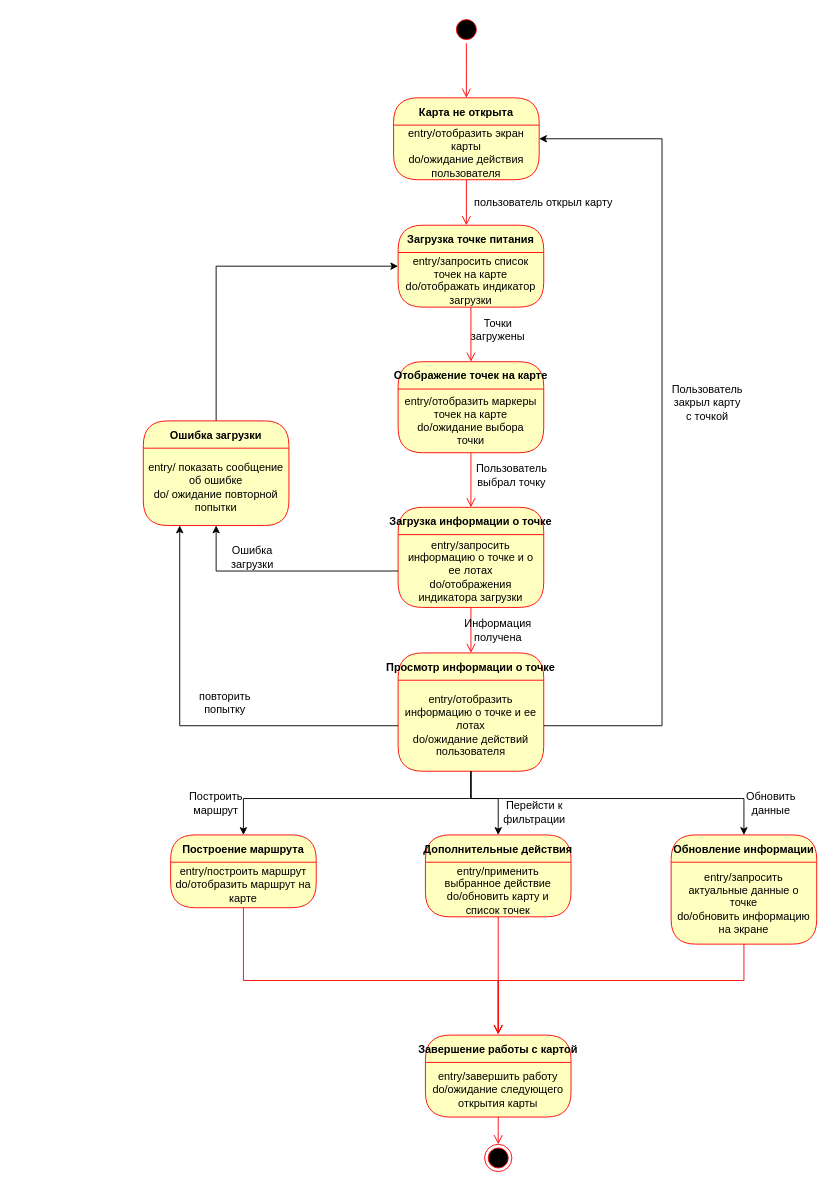
Before: Documents/UML/Модуль карт/Диаграмма состояния.drawio in bubus1kk/ReMeal, a draw.io diagram. Source tidied: cells renumbered, new cells numbered last; positions are measured from the earlier drawing's top-left corner, leaving out a move shared by most shapes. Both pictures are drawn from the tidied source at 91%, with x=0, y=0 at pixel (143, 15).
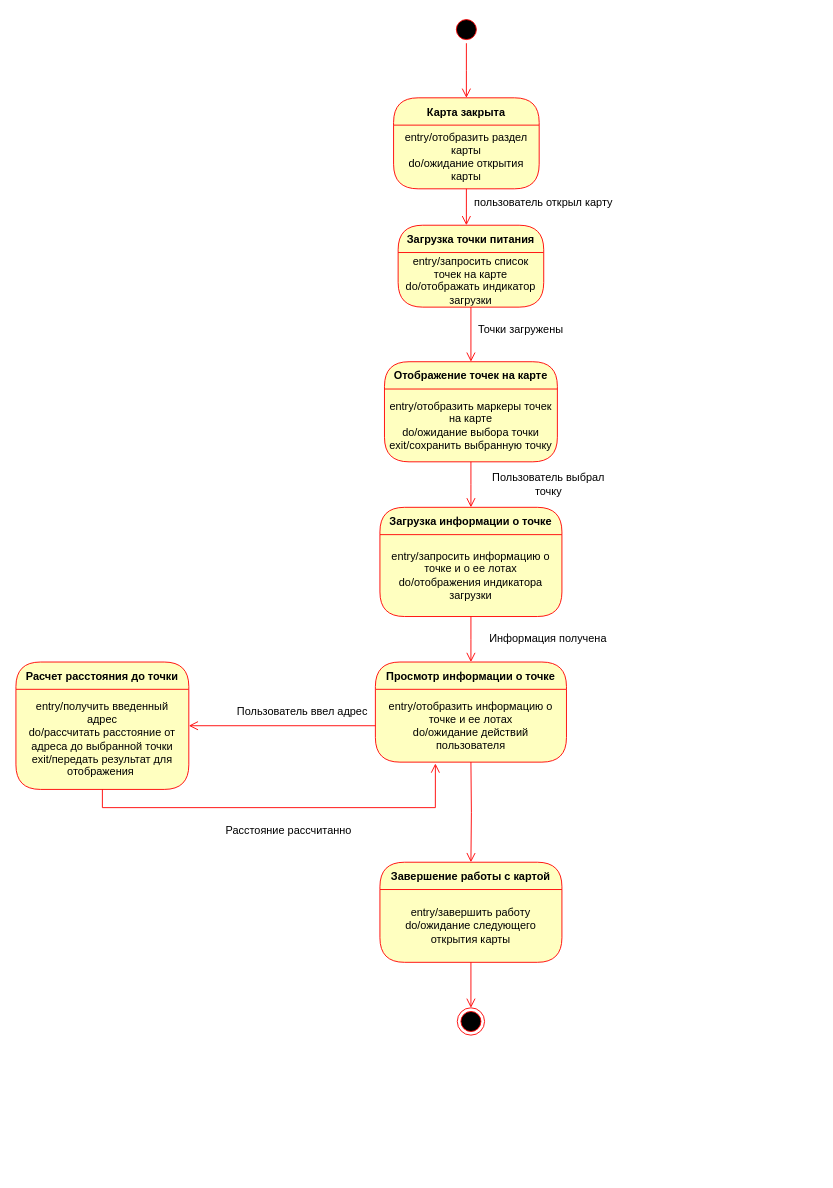
The same page after the edit.

The change refers to these unchanged cells:
```xml
<mxCell id="8" value="entry/запросить список точек на карте&lt;div&gt;do/отображать индикатор загрузки&lt;/div&gt;" style="text;html=1;strokeColor=none;fillColor=none;align=center;verticalAlign=middle;spacingLeft=4;spacingRight=4;whiteSpace=wrap;overflow=hidden;fontColor=#000000;" parent="7" vertex="1">
  <mxGeometry y="30" width="160" height="60" as="geometry" />
</mxCell>
```

What changed in the source:
```diff
@@
-    <mxCell id="4" value="Карта не открыта" style="swimlane;fontStyle=1;align=center;verticalAlign=middle;horizontal=1;startSize=30;fontColor=#000000;rounded=1;arcSize=30;strokeColor=#ff0000;fillColor=#ffffc0;swimlaneFillColor=#ffffc0;" parent="1" vertex="1">
-      <mxGeometry x="275" y="90" width="160" height="90" as="geometry" />
+    <mxCell id="4" value="Карта закрыта" style="swimlane;fontStyle=1;align=center;verticalAlign=middle;horizontal=1;startSize=30;fontColor=#000000;rounded=1;arcSize=30;strokeColor=#ff0000;fillColor=#ffffc0;swimlaneFillColor=#ffffc0;" parent="1" vertex="1">
+      <mxGeometry x="275" y="90" width="160" height="100" as="geometry" />
     </mxCell>
-    <mxCell id="5" value="entry/отобразить экран карты&lt;div&gt;do/ожидание действия пользователя&lt;/div&gt;" style="text;html=1;strokeColor=none;fillColor=none;align=center;verticalAlign=middle;spacingLeft=4;spacingRight=4;whiteSpace=wrap;overflow=hidden;fontColor=#000000;" parent="4" vertex="1">
-      <mxGeometry y="30" width="160" height="60" as="geometry" />
+    <mxCell id="5" value="entry/отобразить раздел карты&lt;div&gt;do/ожидание открытия карты&lt;/div&gt;" style="text;html=1;strokeColor=none;fillColor=none;align=center;verticalAlign=middle;spacingLeft=4;spacingRight=4;whiteSpace=wrap;overflow=hidden;fontColor=#000000;" parent="4" vertex="1">
+      <mxGeometry y="30" width="160" height="70" as="geometry" />
     </mxCell>
@@
-    <mxCell id="7" value="Загрузка точке питания" style="swimlane;fontStyle=1;align=center;verticalAlign=middle;horizontal=1;startSize=30;fontColor=#000000;rounded=1;arcSize=30;strokeColor=#ff0000;fillColor=#ffffc0;swimlaneFillColor=#ffffc0;" parent="1" vertex="1">
+    <mxCell id="7" value="Загрузка точки питания" style="swimlane;fontStyle=1;align=center;verticalAlign=middle;horizontal=1;startSize=30;fontColor=#000000;rounded=1;arcSize=30;strokeColor=#ff0000;fillColor=#ffffc0;swimlaneFillColor=#ffffc0;" parent="1" vertex="1">
       <mxGeometry x="280" y="230" width="160" height="90" as="geometry" />
     </mxCell>
@@
     <mxCell id="11" value="Отображение точек на карте" style="swimlane;fontStyle=1;align=center;verticalAlign=middle;horizontal=1;startSize=30;fontColor=#000000;rounded=1;arcSize=30;strokeColor=#ff0000;fillColor=#ffffc0;swimlaneFillColor=#ffffc0;" parent="1" vertex="1">
-      <mxGeometry x="280" y="380" width="160" height="100" as="geometry" />
+      <mxGeometry x="265" y="380" width="190" height="110" as="geometry" />
     </mxCell>
-    <mxCell id="12" value="entry/отобразить маркеры точек на карте&lt;div&gt;do/ожидание выбора точки&lt;/div&gt;" style="text;html=1;strokeColor=none;fillColor=none;align=center;verticalAlign=middle;spacingLeft=4;spacingRight=4;whiteSpace=wrap;overflow=hidden;fontColor=#000000;" parent="11" vertex="1">
-      <mxGeometry y="30" width="160" height="70" as="geometry" />
+    <mxCell id="12" value="entry/отобразить маркеры точек на карте&lt;div&gt;do/ожидание выбора точки&lt;/div&gt;&lt;div&gt;exit/сохранить выбранную точку&lt;/div&gt;" style="text;html=1;strokeColor=none;fillColor=none;align=center;verticalAlign=middle;spacingLeft=4;spacingRight=4;whiteSpace=wrap;overflow=hidden;fontColor=#000000;" parent="11" vertex="1">
+      <mxGeometry y="30" width="190" height="80" as="geometry" />
     </mxCell>
@@
     <mxCell id="14" value="Точки загружены" style="text;html=1;whiteSpace=wrap;strokeColor=none;fillColor=none;align=center;verticalAlign=middle;rounded=0;" parent="1" vertex="1">
-      <mxGeometry x="360" y="330" width="60" height="30" as="geometry" />
+      <mxGeometry x="360" y="330" width="110" height="30" as="geometry" />
     </mxCell>
     <mxCell id="15" value="Загрузка информации о точке" style="swimlane;fontStyle=1;align=center;verticalAlign=middle;horizontal=1;startSize=30;fontColor=#000000;rounded=1;arcSize=30;strokeColor=#ff0000;fillColor=#ffffc0;swimlaneFillColor=#ffffc0;" parent="1" vertex="1">
-      <mxGeometry x="280" y="540" width="160" height="110" as="geometry" />
+      <mxGeometry x="260" y="540" width="200" height="120" as="geometry" />
     </mxCell>
     <mxCell id="16" value="entry/запросить информацию о точке и о ее лотах&lt;div&gt;do/отображения индикатора загрузки&lt;/div&gt;" style="text;html=1;strokeColor=none;fillColor=none;align=center;verticalAlign=middle;spacingLeft=4;spacingRight=4;whiteSpace=wrap;overflow=hidden;fontColor=#000000;" parent="15" vertex="1">
-      <mxGeometry y="30" width="160" height="80" as="geometry" />
+      <mxGeometry y="30" width="200" height="90" as="geometry" />
     </mxCell>
     <mxCell id="17" style="edgeStyle=orthogonalEdgeStyle;html=1;verticalAlign=bottom;endArrow=open;endSize=8;strokeColor=#ff0000;rounded=0;" parent="1" edge="1" source="15">
       <mxGeometry relative="1" as="geometry">
-        <mxPoint x="360" y="700" as="targetPoint" />
+        <mxPoint x="360" y="710" as="targetPoint" />
       </mxGeometry>
     </mxCell>
     <mxCell id="18" value="Пользователь выбрал точку" style="text;html=1;whiteSpace=wrap;strokeColor=none;fillColor=none;align=center;verticalAlign=middle;rounded=0;" parent="1" vertex="1">
-      <mxGeometry x="375" y="490" width="60" height="30" as="geometry" />
+      <mxGeometry x="377.5" y="500" width="135" height="30" as="geometry" />
     </mxCell>
     <mxCell id="19" value="Информация получена" style="text;html=1;whiteSpace=wrap;strokeColor=none;fillColor=none;align=center;verticalAlign=middle;rounded=0;" parent="1" vertex="1">
-      <mxGeometry x="360" y="660" width="60" height="30" as="geometry" />
+      <mxGeometry x="370" y="670" width="150" height="30" as="geometry" />
     </mxCell>
     <mxCell id="20" value="Просмотр информации о точке" style="swimlane;fontStyle=1;align=center;verticalAlign=middle;horizontal=1;startSize=30;fontColor=#000000;rounded=1;arcSize=30;strokeColor=#ff0000;fillColor=#ffffc0;swimlaneFillColor=#ffffc0;" parent="1" vertex="1">
-      <mxGeometry x="280" y="700" width="160" height="130" as="geometry" />
+      <mxGeometry x="255" y="710" width="210" height="110" as="geometry" />
     </mxCell>
     <mxCell id="21" value="entry/отобразить информацию о точке и ее лотах&lt;div&gt;do/ожидание действий пользователя&lt;/div&gt;" style="text;html=1;strokeColor=none;fillColor=none;align=center;verticalAlign=middle;spacingLeft=4;spacingRight=4;whiteSpace=wrap;overflow=hidden;fontColor=#000000;" parent="20" vertex="1">
-      <mxGeometry y="30" width="160" height="100" as="geometry" />
+      <mxGeometry y="30" width="210" height="80" as="geometry" />
     </mxCell>
-    <mxCell id="22" style="edgeStyle=orthogonalEdgeStyle;rounded=0;jettySize=auto;html=1;entryX=0;entryY=0.25;entryDx=0;entryDy=0;" parent="1" edge="1" source="23" target="8">
-      <mxGeometry relative="1" as="geometry">
-        <Array as="points">
-          <mxPoint x="80" y="275" />
-        </Array>
-      </mxGeometry>
-    </mxCell>
-    <mxCell id="23" value="Ошибка загрузки" style="swimlane;fontStyle=1;align=center;verticalAlign=middle;horizontal=1;startSize=30;fontColor=#000000;rounded=1;arcSize=30;strokeColor=#ff0000;fillColor=#ffffc0;swimlaneFillColor=#ffffc0;" parent="1" vertex="1">
-      <mxGeometry y="445" width="160" height="115" as="geometry" />
-    </mxCell>
-    <mxCell id="24" value="entry/ показать сообщение об ошибке&lt;div&gt;do/ ожидание повторной попытки&lt;/div&gt;" style="text;html=1;strokeColor=none;fillColor=none;align=center;verticalAlign=middle;spacingLeft=4;spacingRight=4;whiteSpace=wrap;overflow=hidden;fontColor=#000000;" parent="23" vertex="1">
-      <mxGeometry y="30" width="160" height="85" as="geometry" />
-    </mxCell>
-    <mxCell id="25" style="edgeStyle=orthogonalEdgeStyle;rounded=0;jettySize=auto;html=1;entryX=0.5;entryY=1;entryDx=0;entryDy=0;" parent="1" edge="1" source="16" target="24">
-      <mxGeometry relative="1" as="geometry" />
-    </mxCell>
-    <mxCell id="26" value="Ошибка загрузки" style="text;html=1;whiteSpace=wrap;strokeColor=none;fillColor=none;align=center;verticalAlign=middle;rounded=0;" parent="1" vertex="1">
-      <mxGeometry x="90" y="580" width="60" height="30" as="geometry" />
-    </mxCell>
-    <mxCell id="27" style="edgeStyle=orthogonalEdgeStyle;rounded=0;jettySize=auto;html=1;entryX=0.25;entryY=1;entryDx=0;entryDy=0;" parent="1" edge="1" source="21" target="24">
-      <mxGeometry relative="1" as="geometry" />
-    </mxCell>
-    <mxCell id="28" value="повторить попытку" style="text;html=1;whiteSpace=wrap;strokeColor=none;fillColor=none;align=center;verticalAlign=middle;rounded=0;" parent="1" vertex="1">
-      <mxGeometry x="60" y="740" width="60" height="30" as="geometry" />
-    </mxCell>
-    <mxCell id="29" style="edgeStyle=orthogonalEdgeStyle;rounded=0;jettySize=auto;html=1;entryX=1;entryY=0.25;entryDx=0;entryDy=0;" parent="1" edge="1" source="21" target="5">
-      <mxGeometry relative="1" as="geometry">
-        <Array as="points">
-          <mxPoint x="570" y="780" />
-          <mxPoint x="570" y="135" />
-        </Array>
-      </mxGeometry>
-    </mxCell>
-    <mxCell id="30" value="Пользователь закрыл карту с точкой" style="text;html=1;whiteSpace=wrap;strokeColor=none;fillColor=none;align=center;verticalAlign=middle;rounded=0;" parent="1" vertex="1">
-      <mxGeometry x="590" y="410" width="60" height="30" as="geometry" />
-    </mxCell>
-    <mxCell id="31" value="Построение маршрута" style="swimlane;fontStyle=1;align=center;verticalAlign=middle;horizontal=1;startSize=30;fontColor=#000000;rounded=1;arcSize=30;strokeColor=#ff0000;fillColor=#ffffc0;swimlaneFillColor=#ffffc0;" parent="1" vertex="1">
-      <mxGeometry x="30" y="900" width="160" height="80" as="geometry" />
+    <mxCell id="31" value="Расчет расстояния до точки" style="swimlane;fontStyle=1;align=center;verticalAlign=middle;horizontal=1;startSize=30;fontColor=#000000;rounded=1;arcSize=30;strokeColor=#ff0000;fillColor=#ffffc0;swimlaneFillColor=#ffffc0;" parent="1" vertex="1">
+      <mxGeometry x="-140" y="710" width="190" height="140" as="geometry" />
     </mxCell>
-    <mxCell id="32" value="entry/построить маршрут&lt;div&gt;do/отобразить маршрут на карте&lt;/div&gt;" style="text;html=1;strokeColor=none;fillColor=none;align=center;verticalAlign=middle;spacingLeft=4;spacingRight=4;whiteSpace=wrap;overflow=hidden;fontColor=#000000;" parent="31" vertex="1">
-      <mxGeometry y="30" width="160" height="50" as="geometry" />
+    <mxCell id="32" value="entry/получить введенный адрес&lt;div&gt;do/рассчитать расстояние от адреса до выбранной точки&lt;/div&gt;&lt;div&gt;exit/передать результат для отображения&amp;nbsp;&lt;/div&gt;" style="text;html=1;strokeColor=none;fillColor=none;align=center;verticalAlign=middle;spacingLeft=4;spacingRight=4;whiteSpace=wrap;overflow=hidden;fontColor=#000000;" parent="31" vertex="1">
+      <mxGeometry y="30" width="190" height="110" as="geometry" />
     </mxCell>
-    <mxCell id="33" style="edgeStyle=orthogonalEdgeStyle;html=1;verticalAlign=bottom;endArrow=open;endSize=8;strokeColor=#ff0000;rounded=0;entryX=0.5;entryY=0;entryDx=0;entryDy=0;" parent="1" edge="1" source="31">
-      <mxGeometry relative="1" as="geometry">
-        <mxPoint x="390" y="1119" as="targetPoint" />
-        <Array as="points">
-          <mxPoint x="110" y="1060" />
-          <mxPoint x="390" y="1060" />
-        </Array>
-      </mxGeometry>
-    </mxCell>
-    <mxCell id="34" value="Дополнительные действия" style="swimlane;fontStyle=1;align=center;verticalAlign=middle;horizontal=1;startSize=30;fontColor=#000000;rounded=1;arcSize=30;strokeColor=#ff0000;fillColor=#ffffc0;swimlaneFillColor=#ffffc0;" parent="1" vertex="1">
-      <mxGeometry x="310" y="900" width="160" height="90" as="geometry" />
-    </mxCell>
-    <mxCell id="35" value="entry/применить выбранное действие&lt;div&gt;do/обновить карту и список точек&lt;/div&gt;" style="text;html=1;strokeColor=none;fillColor=none;align=center;verticalAlign=middle;spacingLeft=4;spacingRight=4;whiteSpace=wrap;overflow=hidden;fontColor=#000000;" parent="34" vertex="1">
-      <mxGeometry y="30" width="160" height="60" as="geometry" />
-    </mxCell>
-    <mxCell id="36" style="edgeStyle=orthogonalEdgeStyle;html=1;verticalAlign=bottom;endArrow=open;endSize=8;strokeColor=#ff0000;rounded=0;entryX=0.5;entryY=0;entryDx=0;entryDy=0;" parent="1" edge="1" source="34">
-      <mxGeometry relative="1" as="geometry">
-        <mxPoint x="390" y="1119" as="targetPoint" />
-      </mxGeometry>
-    </mxCell>
-    <mxCell id="37" value="Обновление информации" style="swimlane;fontStyle=1;align=center;verticalAlign=middle;horizontal=1;startSize=30;fontColor=#000000;rounded=1;arcSize=30;strokeColor=#ff0000;fillColor=#ffffc0;swimlaneFillColor=#ffffc0;" parent="1" vertex="1">
-      <mxGeometry x="580" y="900" width="160" height="120" as="geometry" />
-    </mxCell>
-    <mxCell id="38" value="entry/запросить актуальные данные о точке&lt;div&gt;do/обновить информацию на экране&lt;/div&gt;" style="text;html=1;strokeColor=none;fillColor=none;align=center;verticalAlign=middle;spacingLeft=4;spacingRight=4;whiteSpace=wrap;overflow=hidden;fontColor=#000000;" parent="37" vertex="1">
-      <mxGeometry y="30" width="160" height="90" as="geometry" />
-    </mxCell>
-    <mxCell id="39" style="edgeStyle=orthogonalEdgeStyle;html=1;verticalAlign=bottom;endArrow=open;endSize=8;strokeColor=#ff0000;rounded=0;entryX=0.5;entryY=0;entryDx=0;entryDy=0;" parent="1" edge="1" source="37">
-      <mxGeometry relative="1" as="geometry">
-        <mxPoint x="390" y="1119" as="targetPoint" />
-        <Array as="points">
-          <mxPoint x="660" y="1060" />
-          <mxPoint x="390" y="1060" />
-        </Array>
-      </mxGeometry>
-    </mxCell>
-    <mxCell id="40" style="edgeStyle=orthogonalEdgeStyle;rounded=0;jettySize=auto;html=1;entryX=0.5;entryY=0;entryDx=0;entryDy=0;" parent="1" edge="1" source="21" target="31">
-      <mxGeometry relative="1" as="geometry">
-        <Array as="points">
-          <mxPoint x="360" y="860" />
-          <mxPoint x="110" y="860" />
-        </Array>
-      </mxGeometry>
-    </mxCell>
-    <mxCell id="41" style="edgeStyle=orthogonalEdgeStyle;rounded=0;jettySize=auto;html=1;entryX=0.5;entryY=0;entryDx=0;entryDy=0;" parent="1" edge="1" source="21" target="34">
-      <mxGeometry relative="1" as="geometry">
-        <Array as="points">
-          <mxPoint x="360" y="860" />
-          <mxPoint x="390" y="860" />
-        </Array>
-      </mxGeometry>
-    </mxCell>
-    <mxCell id="42" style="edgeStyle=orthogonalEdgeStyle;rounded=0;jettySize=auto;html=1;entryX=0.5;entryY=0;entryDx=0;entryDy=0;" parent="1" edge="1" source="21" target="37">
-      <mxGeometry relative="1" as="geometry">
-        <Array as="points">
-          <mxPoint x="360" y="860" />
-          <mxPoint x="660" y="860" />
-        </Array>
-      </mxGeometry>
-    </mxCell>
     <mxCell id="43" value="Завершение работы с картой" style="swimlane;fontStyle=1;align=center;verticalAlign=middle;horizontal=1;startSize=30;fontColor=#000000;rounded=1;arcSize=30;strokeColor=#ff0000;fillColor=#ffffc0;swimlaneFillColor=#ffffc0;" parent="1" vertex="1">
-      <mxGeometry x="310" y="1120" width="160" height="90" as="geometry" />
+      <mxGeometry x="260" y="930" width="200" height="110" as="geometry" />
     </mxCell>
     <mxCell id="44" value="entry/завершить работу&lt;div&gt;do/ожидание следующего открытия карты&lt;/div&gt;" style="text;html=1;strokeColor=none;fillColor=none;align=center;verticalAlign=middle;spacingLeft=4;spacingRight=4;whiteSpace=wrap;overflow=hidden;fontColor=#000000;" parent="43" vertex="1">
-      <mxGeometry y="30" width="160" height="60" as="geometry" />
+      <mxGeometry y="30" width="200" height="80" as="geometry" />
     </mxCell>
-    <mxCell id="45" style="edgeStyle=orthogonalEdgeStyle;html=1;verticalAlign=bottom;endArrow=open;endSize=8;strokeColor=#ff0000;rounded=0;" parent="1" edge="1" source="43">
-      <mxGeometry relative="1" as="geometry">
-        <mxPoint x="390" y="1240" as="targetPoint" />
-      </mxGeometry>
-    </mxCell>
     <mxCell id="46" style="ellipse;html=1;shape=endState;fillColor=#000000;strokeColor=#ff0000;" parent="1" vertex="1">
-      <mxGeometry x="375" y="1240" width="30" height="30" as="geometry" />
+      <mxGeometry x="345" y="1090" width="30" height="30" as="geometry" />
     </mxCell>
-    <mxCell id="47" value="Перейсти к фильтрации" style="text;html=1;whiteSpace=wrap;strokeColor=none;fillColor=none;align=center;verticalAlign=middle;rounded=0;" parent="1" vertex="1">
-      <mxGeometry x="380" y="860" width="100" height="30" as="geometry" />
-    </mxCell>
-    <mxCell id="48" value="Обновить данные" style="text;html=1;whiteSpace=wrap;strokeColor=none;fillColor=none;align=center;verticalAlign=middle;rounded=0;" parent="1" vertex="1">
-      <mxGeometry x="660" y="850" width="60" height="30" as="geometry" />
-    </mxCell>
-    <mxCell id="49" value="Построить маршрут" style="text;html=1;whiteSpace=wrap;strokeColor=none;fillColor=none;align=center;verticalAlign=middle;rounded=0;" parent="1" vertex="1">
-      <mxGeometry x="50" y="850" width="60" height="30" as="geometry" />
+    <mxCell id="49" value="Пользователь ввел адрес" style="text;html=1;whiteSpace=wrap;strokeColor=none;fillColor=none;align=center;verticalAlign=middle;rounded=0;" parent="1" vertex="1">
+      <mxGeometry x="100" y="730" width="150" height="70" as="geometry" />
     </mxCell>
+    <mxCell id="50" style="edgeStyle=orthogonalEdgeStyle;rounded=0;orthogonalLoop=1;jettySize=auto;html=1;exitX=0.5;exitY=1;exitDx=0;exitDy=0;" parent="1" edge="1" source="14" target="14">
+      <mxGeometry relative="1" as="geometry" />
+    </mxCell>
+    <mxCell id="40" style="edgeStyle=orthogonalEdgeStyle;html=1;verticalAlign=bottom;endArrow=open;endSize=8;strokeColor=#ff0000;rounded=0;exitX=0;exitY=0.5;exitDx=0;exitDy=0;" parent="1" edge="1" source="21" target="31">
+      <mxGeometry relative="1" as="geometry" />
+    </mxCell>
+    <mxCell id="51" style="edgeStyle=orthogonalEdgeStyle;html=1;verticalAlign=bottom;endArrow=open;endSize=8;strokeColor=#ff0000;rounded=0;" parent="1" edge="1">
+      <mxGeometry relative="1" as="geometry">
+        <mxPoint x="360" y="1040" as="sourcePoint" />
+        <mxPoint x="360" y="1090" as="targetPoint" />
+      </mxGeometry>
+    </mxCell>
+    <mxCell id="52" style="edgeStyle=orthogonalEdgeStyle;html=1;verticalAlign=bottom;endArrow=open;endSize=8;strokeColor=#ff0000;rounded=0;entryX=0.314;entryY=1.019;entryDx=0;entryDy=0;entryPerimeter=0;exitX=0.5;exitY=1;exitDx=0;exitDy=0;" parent="1" edge="1" source="32" target="21">
+      <mxGeometry relative="1" as="geometry">
+        <Array as="points">
+          <mxPoint x="-45" y="870" />
+          <mxPoint x="321" y="870" />
+        </Array>
+      </mxGeometry>
+    </mxCell>
+    <mxCell id="53" style="edgeStyle=orthogonalEdgeStyle;html=1;verticalAlign=bottom;endArrow=open;endSize=8;strokeColor=#ff0000;rounded=0;entryX=0.5;entryY=0;entryDx=0;entryDy=0;" parent="1" edge="1" target="43">
+      <mxGeometry relative="1" as="geometry">
+        <mxPoint x="360" y="820" as="sourcePoint" />
+      </mxGeometry>
+    </mxCell>
+    <mxCell id="54" value="Расстояние рассчитанно" style="text;html=1;whiteSpace=wrap;strokeColor=none;fillColor=none;align=center;verticalAlign=middle;rounded=0;" parent="1" vertex="1">
+      <mxGeometry x="80" y="880" width="160" height="30" as="geometry" />
+    </mxCell>
```
